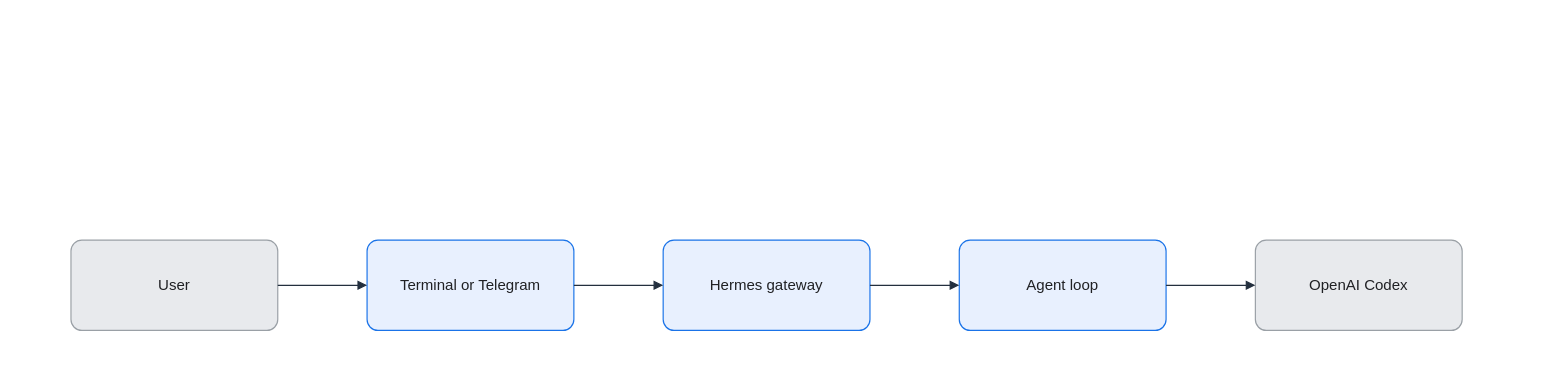
KKamJi98/kkamji98.github.io keeps this draw.io diagram as assets/img/ai/hermes-wsl2-agent-flow.drawio. Above is the earlier version. Source tidied: cells renumbered, new cells numbered last; positions are measured from the earlier drawing's top-left corner, leaving out a move shared by most shapes. Both pictures are drawn from the tidied source at 94%, with x=0, y=0 at pixel (70, 240).
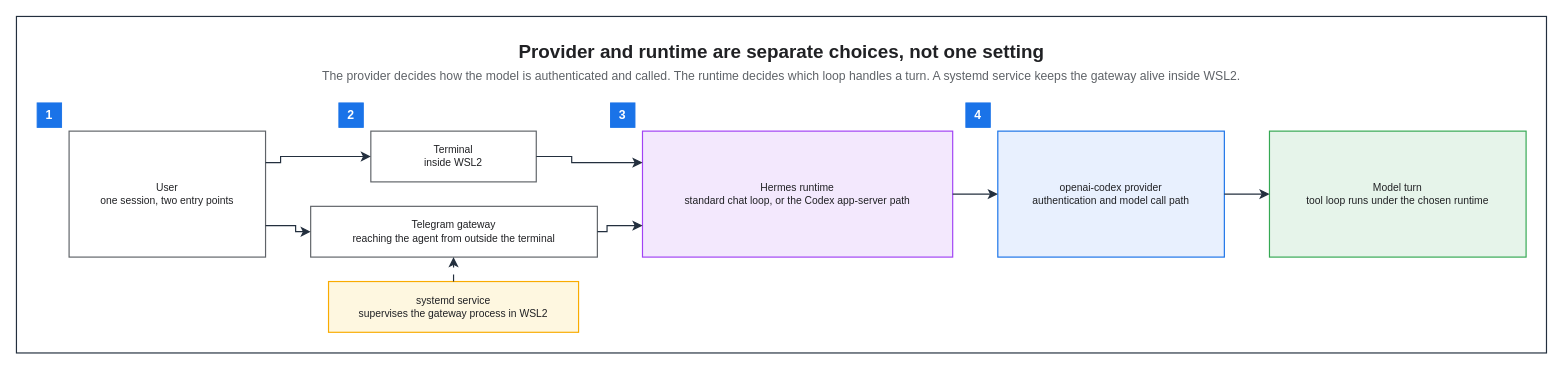
The same page after the edit.

Diff of the diagram source:
```diff
@@
-    <mxCell id="2" value="User" style="rounded=1;arcSize=12;whiteSpace=wrap;html=0;fillColor=#E8EAED;strokeColor=#9AA0A6;strokeWidth=1.25;fontColor=#202124;fontSize=16;align=center;verticalAlign=middle;spacing=8;shadow=0;" parent="1" vertex="1">
-      <mxGeometry width="220" height="96" as="geometry" />
-    </mxCell>
-    <mxCell id="3" value="Terminal or Telegram" style="rounded=1;arcSize=12;whiteSpace=wrap;html=0;fillColor=#E8F0FE;strokeColor=#1A73E8;strokeWidth=1.25;fontColor=#202124;fontSize=16;align=center;verticalAlign=middle;spacing=8;shadow=0;" parent="1" vertex="1">
-      <mxGeometry x="315" width="220" height="96" as="geometry" />
-    </mxCell>
-    <mxCell id="4" value="Hermes gateway" style="rounded=1;arcSize=12;whiteSpace=wrap;html=0;fillColor=#E8F0FE;strokeColor=#1A73E8;strokeWidth=1.25;fontColor=#202124;fontSize=16;align=center;verticalAlign=middle;spacing=8;shadow=0;" parent="1" vertex="1">
-      <mxGeometry x="630" width="220" height="96" as="geometry" />
-    </mxCell>
-    <mxCell id="5" value="Agent loop" style="rounded=1;arcSize=12;whiteSpace=wrap;html=0;fillColor=#E8F0FE;strokeColor=#1A73E8;strokeWidth=1.25;fontColor=#202124;fontSize=16;align=center;verticalAlign=middle;spacing=8;shadow=0;" parent="1" vertex="1">
-      <mxGeometry x="945" width="220" height="96" as="geometry" />
-    </mxCell>
-    <mxCell id="6" value="OpenAI Codex" style="rounded=1;arcSize=12;whiteSpace=wrap;html=0;fillColor=#E8EAED;strokeColor=#9AA0A6;strokeWidth=1.25;fontColor=#202124;fontSize=16;align=center;verticalAlign=middle;spacing=8;shadow=0;" parent="1" vertex="1">
-      <mxGeometry x="1260" width="220" height="96" as="geometry" />
-    </mxCell>
-    <mxCell id="7" style="edgeStyle=orthogonalEdgeStyle;rounded=0;jettySize=auto;html=0;endArrow=block;endFill=1;strokeColor=#232F3E;strokeWidth=1.25;fontColor=#202124;labelBackgroundColor=none;exitX=1;exitY=0.5;exitDx=0;exitDy=0;entryX=0;entryY=0.5;entryDx=0;entryDy=0;endSize=7;" parent="1" edge="1" source="2" target="3">
-      <mxGeometry relative="1" as="geometry" />
-    </mxCell>
-    <mxCell id="8" style="edgeStyle=orthogonalEdgeStyle;rounded=0;jettySize=auto;html=0;endArrow=block;endFill=1;strokeColor=#232F3E;strokeWidth=1.25;fontColor=#202124;labelBackgroundColor=none;exitX=1;exitY=0.5;exitDx=0;exitDy=0;entryX=0;entryY=0.5;entryDx=0;entryDy=0;endSize=7;" parent="1" edge="1" source="3" target="4">
-      <mxGeometry relative="1" as="geometry" />
-    </mxCell>
-    <mxCell id="9" style="edgeStyle=orthogonalEdgeStyle;rounded=0;jettySize=auto;html=0;endArrow=block;endFill=1;strokeColor=#232F3E;strokeWidth=1.25;fontColor=#202124;labelBackgroundColor=none;exitX=1;exitY=0.5;exitDx=0;exitDy=0;entryX=0;entryY=0.5;entryDx=0;entryDy=0;endSize=7;" parent="1" edge="1" source="4" target="5">
-      <mxGeometry relative="1" as="geometry" />
-    </mxCell>
-    <mxCell id="10" style="edgeStyle=orthogonalEdgeStyle;rounded=0;jettySize=auto;html=0;endArrow=block;endFill=1;strokeColor=#232F3E;strokeWidth=1.25;fontColor=#202124;labelBackgroundColor=none;exitX=1;exitY=0.5;exitDx=0;exitDy=0;entryX=0;entryY=0.5;entryDx=0;entryDy=0;endSize=7;" parent="1" edge="1" source="5" target="6">
-      <mxGeometry relative="1" as="geometry" />
-    </mxCell>
+    <mxCell id="11" style="rounded=0;html=0;fillColor=none;strokeColor=#232F3E;fontColor=#202124;strokeWidth=1.25;" parent="1" vertex="1">
+      <mxGeometry x="-58" y="-238" width="1627.7" height="358" as="geometry" />
+    </mxCell>
+    <mxCell id="12" value="Provider and runtime are separate choices, not one setting" style="text;html=0;whiteSpace=wrap;fillColor=none;strokeColor=none;fontColor=#202124;fontSize=20;fontStyle=1;align=center;verticalAlign=middle;" parent="1" vertex="1">
+      <mxGeometry x="-36" y="-216" width="1583.7" height="30" as="geometry" />
+    </mxCell>
+    <mxCell id="13" value="The provider decides how the model is authenticated and called. The runtime decides which loop handles a turn. A systemd service keeps the gateway alive inside WSL2." style="text;html=0;whiteSpace=wrap;fillColor=none;strokeColor=none;fontColor=#5F6368;fontSize=13;fontStyle=0;align=center;verticalAlign=middle;" parent="1" vertex="1">
+      <mxGeometry x="-36" y="-186" width="1583.7" height="22" as="geometry" />
+    </mxCell>
+    <mxCell id="14" value="User&#10;one session, two entry points" style="rounded=0;whiteSpace=wrap;html=0;fillColor=#FFFFFF;strokeColor=#5F6368;fontColor=#202124;fontSize=11;fontStyle=0;align=center;verticalAlign=middle;spacingLeft=6;spacingRight=6;strokeWidth=1.25;" parent="1" vertex="1">
+      <mxGeometry x="-2" y="-116" width="209" height="134" as="geometry" />
+    </mxCell>
+    <mxCell id="15" value="Terminal&#10;inside WSL2" style="rounded=0;whiteSpace=wrap;html=0;fillColor=#FFFFFF;strokeColor=#5F6368;fontColor=#202124;fontSize=11;fontStyle=0;align=center;verticalAlign=middle;spacingLeft=6;spacingRight=6;strokeWidth=1.25;" parent="1" vertex="1">
+      <mxGeometry x="319" y="-116" width="176" height="54" as="geometry" />
+    </mxCell>
+    <mxCell id="16" value="Telegram gateway&#10;reaching the agent from outside the terminal" style="rounded=0;whiteSpace=wrap;html=0;fillColor=#FFFFFF;strokeColor=#5F6368;fontColor=#202124;fontSize=11;fontStyle=0;align=center;verticalAlign=middle;spacingLeft=6;spacingRight=6;strokeWidth=1.25;" parent="1" vertex="1">
+      <mxGeometry x="255" y="-36" width="305" height="54" as="geometry" />
+    </mxCell>
+    <mxCell id="17" value="Hermes runtime&#10;standard chat loop, or the Codex app-server path" style="rounded=0;whiteSpace=wrap;html=0;fillColor=#F3E8FD;strokeColor=#A142F4;fontColor=#202124;fontSize=11;fontStyle=0;align=center;verticalAlign=middle;spacingLeft=6;spacingRight=6;strokeWidth=1.25;" parent="1" vertex="1">
+      <mxGeometry x="608" y="-116" width="330" height="134" as="geometry" />
+    </mxCell>
+    <mxCell id="18" value="openai-codex provider&#10;authentication and model call path" style="rounded=0;whiteSpace=wrap;html=0;fillColor=#E8F0FE;strokeColor=#1A73E8;fontColor=#202124;fontSize=11;fontStyle=0;align=center;verticalAlign=middle;spacingLeft=6;spacingRight=6;strokeWidth=1.25;" parent="1" vertex="1">
+      <mxGeometry x="986" y="-116" width="241" height="134" as="geometry" />
+    </mxCell>
+    <mxCell id="19" value="Model turn&#10;tool loop runs under the chosen runtime" style="rounded=0;whiteSpace=wrap;html=0;fillColor=#E6F4EA;strokeColor=#34A853;fontColor=#202124;fontSize=11;fontStyle=0;align=center;verticalAlign=middle;spacingLeft=6;spacingRight=6;strokeWidth=1.25;" parent="1" vertex="1">
+      <mxGeometry x="1275" y="-116" width="273" height="134" as="geometry" />
+    </mxCell>
+    <mxCell id="20" value="systemd service&#10;supervises the gateway process in WSL2" style="rounded=0;whiteSpace=wrap;html=0;fillColor=#FEF7E0;strokeColor=#F9AB00;fontColor=#202124;fontSize=11;fontStyle=0;align=center;verticalAlign=middle;spacingLeft=6;spacingRight=6;strokeWidth=1.25;" parent="1" vertex="1">
+      <mxGeometry x="274" y="44" width="266" height="54" as="geometry" />
+    </mxCell>
+    <mxCell id="21" value="1" style="rounded=0;whiteSpace=wrap;html=0;fillColor=#1A73E8;strokeColor=#1A73E8;fontColor=#FFFFFF;fontSize=13;fontStyle=1;align=center;verticalAlign=middle;" parent="1" vertex="1">
+      <mxGeometry x="-36" y="-146" width="26" height="26" as="geometry" />
+    </mxCell>
+    <mxCell id="22" value="2" style="rounded=0;whiteSpace=wrap;html=0;fillColor=#1A73E8;strokeColor=#1A73E8;fontColor=#FFFFFF;fontSize=13;fontStyle=1;align=center;verticalAlign=middle;" parent="1" vertex="1">
+      <mxGeometry x="285" y="-146" width="26" height="26" as="geometry" />
+    </mxCell>
+    <mxCell id="23" value="3" style="rounded=0;whiteSpace=wrap;html=0;fillColor=#1A73E8;strokeColor=#1A73E8;fontColor=#FFFFFF;fontSize=13;fontStyle=1;align=center;verticalAlign=middle;" parent="1" vertex="1">
+      <mxGeometry x="574" y="-146" width="26" height="26" as="geometry" />
+    </mxCell>
+    <mxCell id="24" value="4" style="rounded=0;whiteSpace=wrap;html=0;fillColor=#1A73E8;strokeColor=#1A73E8;fontColor=#FFFFFF;fontSize=13;fontStyle=1;align=center;verticalAlign=middle;" parent="1" vertex="1">
+      <mxGeometry x="952" y="-146" width="26" height="26" as="geometry" />
+    </mxCell>
+    <mxCell id="25" style="edgeStyle=orthogonalEdgeStyle;rounded=0;html=0;strokeColor=#232F3E;strokeWidth=1.25;endArrow=classic;endFill=1;endSize=7;fontSize=11;fontColor=#202124;labelBackgroundColor=none;jettySize=14;exitX=1;exitY=0.25;entryX=0;entryY=0.5;exitDx=0;exitDy=0;entryDx=0;entryDy=0;" parent="1" edge="1" source="14" target="15">
+      <mxGeometry relative="1" as="geometry">
+        <Array as="points">
+          <mxPoint x="223" y="-82.5" />
+          <mxPoint x="223" y="-89" />
+        </Array>
+      </mxGeometry>
+    </mxCell>
+    <mxCell id="26" style="edgeStyle=orthogonalEdgeStyle;rounded=0;html=0;strokeColor=#232F3E;strokeWidth=1.25;endArrow=classic;endFill=1;endSize=7;fontSize=11;fontColor=#202124;labelBackgroundColor=none;jettySize=14;exitX=1;exitY=0.75;entryX=0;entryY=0.5;exitDx=0;exitDy=0;entryDx=0;entryDy=0;" parent="1" edge="1" source="14" target="16">
+      <mxGeometry relative="1" as="geometry">
+        <Array as="points">
+          <mxPoint x="239" y="-15.5" />
+          <mxPoint x="239" y="-9" />
+        </Array>
+      </mxGeometry>
+    </mxCell>
+    <mxCell id="27" style="edgeStyle=orthogonalEdgeStyle;rounded=0;html=0;strokeColor=#232F3E;strokeWidth=1.25;endArrow=classic;endFill=1;endSize=7;fontSize=11;fontColor=#202124;labelBackgroundColor=none;jettySize=14;exitX=1;exitY=0.5;entryX=0;entryY=0.25;exitDx=0;exitDy=0;entryDx=0;entryDy=0;" parent="1" edge="1" source="15" target="17">
+      <mxGeometry relative="1" as="geometry">
+        <Array as="points">
+          <mxPoint x="532.7" y="-89" />
+          <mxPoint x="532.7" y="-82.5" />
+        </Array>
+      </mxGeometry>
+    </mxCell>
+    <mxCell id="28" style="edgeStyle=orthogonalEdgeStyle;rounded=0;html=0;strokeColor=#232F3E;strokeWidth=1.25;endArrow=classic;endFill=1;endSize=7;fontSize=11;fontColor=#202124;labelBackgroundColor=none;jettySize=14;exitX=1;exitY=0.5;entryX=0;entryY=0.75;exitDx=0;exitDy=0;entryDx=0;entryDy=0;" parent="1" edge="1" source="16" target="17">
+      <mxGeometry relative="1" as="geometry">
+        <Array as="points">
+          <mxPoint x="570.3" y="-9" />
+          <mxPoint x="570.3" y="-15.5" />
+        </Array>
+      </mxGeometry>
+    </mxCell>
+    <mxCell id="29" style="edgeStyle=orthogonalEdgeStyle;rounded=0;html=0;strokeColor=#232F3E;strokeWidth=1.25;endArrow=classic;endFill=1;endSize=7;fontSize=11;fontColor=#202124;labelBackgroundColor=none;jettySize=14;exitX=1;exitY=0.5;entryX=0;entryY=0.5;exitDx=0;exitDy=0;entryDx=0;entryDy=0;" parent="1" edge="1" source="17" target="18">
+      <mxGeometry relative="1" as="geometry" />
+    </mxCell>
+    <mxCell id="30" style="edgeStyle=orthogonalEdgeStyle;rounded=0;html=0;strokeColor=#232F3E;strokeWidth=1.25;endArrow=classic;endFill=1;endSize=7;fontSize=11;fontColor=#202124;labelBackgroundColor=none;jettySize=14;exitX=1;exitY=0.5;entryX=0;entryY=0.5;exitDx=0;exitDy=0;entryDx=0;entryDy=0;" parent="1" edge="1" source="18" target="19">
+      <mxGeometry relative="1" as="geometry" />
+    </mxCell>
+    <mxCell id="31" style="edgeStyle=orthogonalEdgeStyle;rounded=0;html=0;strokeColor=#232F3E;strokeWidth=1.25;endArrow=classic;endFill=1;endSize=7;fontSize=11;fontColor=#202124;labelBackgroundColor=none;jettySize=14;dashed=1;dashPattern=6 6;exitX=0.5;exitY=0;entryX=0.4984;entryY=1;exitDx=0;exitDy=0;entryDx=0;entryDy=0;" parent="1" edge="1" source="20" target="16">
+      <mxGeometry relative="1" as="geometry" />
+    </mxCell>
```
